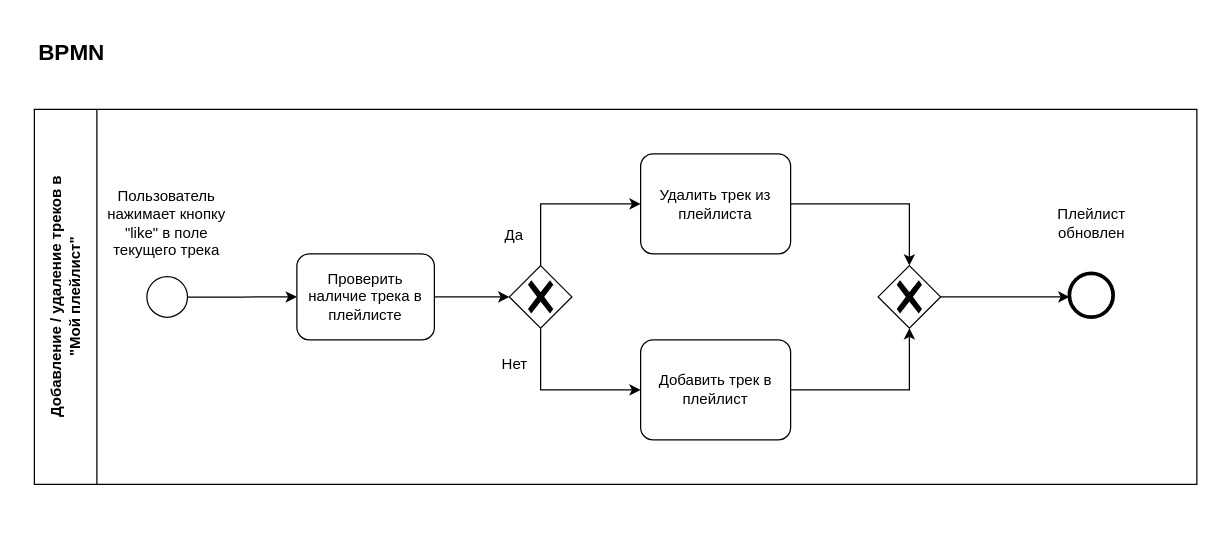
The draw.io diagram page "BPMN" (3 of 3) of Khalmatova_Kristina/Бизнес требования.drawio in abdullahproff/BSA21_1, before the edit. Source tidied: cells renumbered, new cells numbered last; positions are measured from the earlier drawing's top-left corner, leaving out a move shared by most shapes. Both pictures are drawn from the tidied source at 125%, with x=0, y=0 at pixel (21, 21).
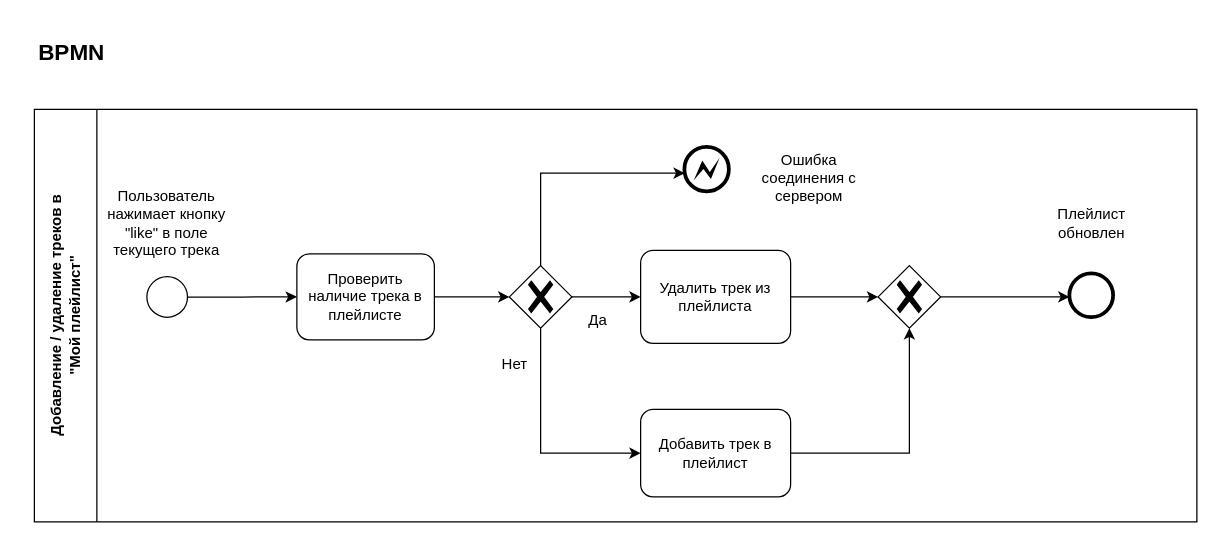
The same page after the edit.

The change refers to these unchanged cells:
```xml
<mxCell id="5" style="points=[[0.25,0.25,0],[0.5,0,0],[0.75,0.25,0],[1,0.5,0],[0.75,0.75,0],[0.5,1,0],[0.25,0.75,0],[0,0.5,0]];shape=mxgraph.bpmn.gateway2;html=1;verticalLabelPosition=bottom;labelBackgroundColor=#ffffff;verticalAlign=top;align=center;perimeter=rhombusPerimeter;outlineConnect=0;outline=none;symbol=none;gwType=exclusive;" parent="2" vertex="1">
  <mxGeometry x="380" y="125" width="50" height="50" as="geometry" />
</mxCell>
<mxCell id="15" style="points=[[0.25,0.25,0],[0.5,0,0],[0.75,0.25,0],[1,0.5,0],[0.75,0.75,0],[0.5,1,0],[0.25,0.75,0],[0,0.5,0]];shape=mxgraph.bpmn.gateway2;html=1;verticalLabelPosition=bottom;labelBackgroundColor=#ffffff;verticalAlign=top;align=center;perimeter=rhombusPerimeter;outlineConnect=0;outline=none;symbol=none;gwType=exclusive;" parent="2" vertex="1">
  <mxGeometry x="675" y="125" width="50" height="50" as="geometry" />
</mxCell>
```

Change to the diagram source:
```diff
@@
     <mxCell id="2" value="Добавление&amp;nbsp;&lt;span style=&quot;background-color: initial;&quot;&gt;/ удаление треков в&lt;/span&gt;&lt;div&gt;&lt;span style=&quot;background-color: initial;&quot;&gt;&amp;nbsp;&quot;Мой плейлист&quot;&amp;nbsp;&lt;/span&gt;&lt;/div&gt;" style="swimlane;startSize=50;horizontal=0;html=1;whiteSpace=wrap;" parent="1" vertex="1">
-      <mxGeometry x="10" y="70" width="930" height="300" as="geometry" />
+      <mxGeometry x="10" y="70" width="930" height="330" as="geometry" />
     </mxCell>
@@
+    <mxCell id="22" style="edgeStyle=orthogonalEdgeStyle;rounded=0;jettySize=auto;html=1;" parent="2" edge="1" source="5" target="23">
+      <mxGeometry relative="1" as="geometry">
+        <Array as="points">
+          <mxPoint x="405" y="51" />
+        </Array>
+      </mxGeometry>
+    </mxCell>
@@
     <mxCell id="9" value="Удалить трек из плейлиста" style="points=[[0.25,0,0],[0.5,0,0],[0.75,0,0],[1,0.25,0],[1,0.5,0],[1,0.75,0],[0.75,1,0],[0.5,1,0],[0.25,1,0],[0,0.75,0],[0,0.5,0],[0,0.25,0]];shape=mxgraph.bpmn.task;whiteSpace=wrap;rectStyle=rounded;size=10;html=1;taskMarker=abstract;" parent="2" vertex="1">
-      <mxGeometry x="485" y="35.6" width="120" height="80" as="geometry" />
+      <mxGeometry x="485" y="112.8" width="120" height="74.4" as="geometry" />
     </mxCell>
-    <mxCell id="10" style="edgeStyle=orthogonalEdgeStyle;rounded=0;jettySize=auto;html=1;entryX=0;entryY=0.5;entryDx=0;entryDy=0;entryPerimeter=0;" parent="2" edge="1" source="5" target="9">
-      <mxGeometry relative="1" as="geometry">
-        <Array as="points">
-          <mxPoint x="405" y="76" />
-        </Array>
-      </mxGeometry>
-    </mxCell>
     <mxCell id="11" value="Добавить трек в плейлист" style="points=[[0.25,0,0],[0.5,0,0],[0.75,0,0],[1,0.25,0],[1,0.5,0],[1,0.75,0],[0.75,1,0],[0.5,1,0],[0.25,1,0],[0,0.75,0],[0,0.5,0],[0,0.25,0]];shape=mxgraph.bpmn.task;whiteSpace=wrap;rectStyle=rounded;size=10;html=1;taskMarker=abstract;" parent="2" vertex="1">
-      <mxGeometry x="485" y="184.4" width="120" height="80" as="geometry" />
+      <mxGeometry x="485" y="240" width="120" height="70" as="geometry" />
     </mxCell>
-    <mxCell id="12" style="edgeStyle=orthogonalEdgeStyle;rounded=0;jettySize=auto;html=1;entryX=0;entryY=0.5;entryDx=0;entryDy=0;entryPerimeter=0;" parent="2" edge="1" source="5" target="11">
-      <mxGeometry relative="1" as="geometry">
-        <Array as="points">
-          <mxPoint x="405" y="224" />
-        </Array>
-      </mxGeometry>
-    </mxCell>
     <mxCell id="13" value="Да" style="text;html=1;align=center;verticalAlign=middle;whiteSpace=wrap;rounded=0;" parent="2" vertex="1">
-      <mxGeometry x="363" y="85.6" width="42" height="30" as="geometry" />
+      <mxGeometry x="430" y="154.4" width="42" height="30" as="geometry" />
     </mxCell>
@@
-    <mxCell id="16" style="edgeStyle=orthogonalEdgeStyle;rounded=0;jettySize=auto;html=1;entryX=0.5;entryY=0;entryDx=0;entryDy=0;entryPerimeter=0;" parent="2" edge="1" source="9" target="15">
-      <mxGeometry relative="1" as="geometry" />
-    </mxCell>
@@
+    <mxCell id="12" style="edgeStyle=orthogonalEdgeStyle;rounded=0;jettySize=auto;html=1;entryX=0;entryY=0.5;entryDx=0;entryDy=0;entryPerimeter=0;" parent="2" edge="1" source="5" target="11">
+      <mxGeometry relative="1" as="geometry">
+        <Array as="points">
+          <mxPoint x="405" y="275" />
+        </Array>
+      </mxGeometry>
+    </mxCell>
+    <mxCell id="10" style="edgeStyle=orthogonalEdgeStyle;rounded=0;jettySize=auto;html=1;exitX=1;exitY=0.5;exitDx=0;exitDy=0;exitPerimeter=0;entryX=0;entryY=0.5;entryDx=0;entryDy=0;entryPerimeter=0;" parent="2" edge="1" source="5" target="9">
+      <mxGeometry relative="1" as="geometry" />
+    </mxCell>
+    <mxCell id="16" style="edgeStyle=orthogonalEdgeStyle;rounded=0;jettySize=auto;html=1;exitX=1;exitY=0.5;exitDx=0;exitDy=0;exitPerimeter=0;entryX=0;entryY=0.5;entryDx=0;entryDy=0;entryPerimeter=0;" parent="2" edge="1" source="9" target="15">
+      <mxGeometry relative="1" as="geometry" />
+    </mxCell>
+    <mxCell id="23" style="points=[[0.145,0.145,0],[0.5,0,0],[0.855,0.145,0],[1,0.5,0],[0.855,0.855,0],[0.5,1,0],[0.145,0.855,0],[0,0.5,0]];shape=mxgraph.bpmn.event;html=1;verticalLabelPosition=bottom;labelBackgroundColor=#ffffff;verticalAlign=top;align=center;perimeter=ellipsePerimeter;outlineConnect=0;outline=end;symbol=error;" parent="2" vertex="1">
+      <mxGeometry x="520" y="30" width="35.6" height="35.6" as="geometry" />
+    </mxCell>
+    <mxCell id="24" value="Ошибка соединения с сервером" style="text;html=1;align=center;verticalAlign=middle;whiteSpace=wrap;rounded=0;" parent="2" vertex="1">
+      <mxGeometry x="565" y="30" width="110" height="50" as="geometry" />
+    </mxCell>
```
